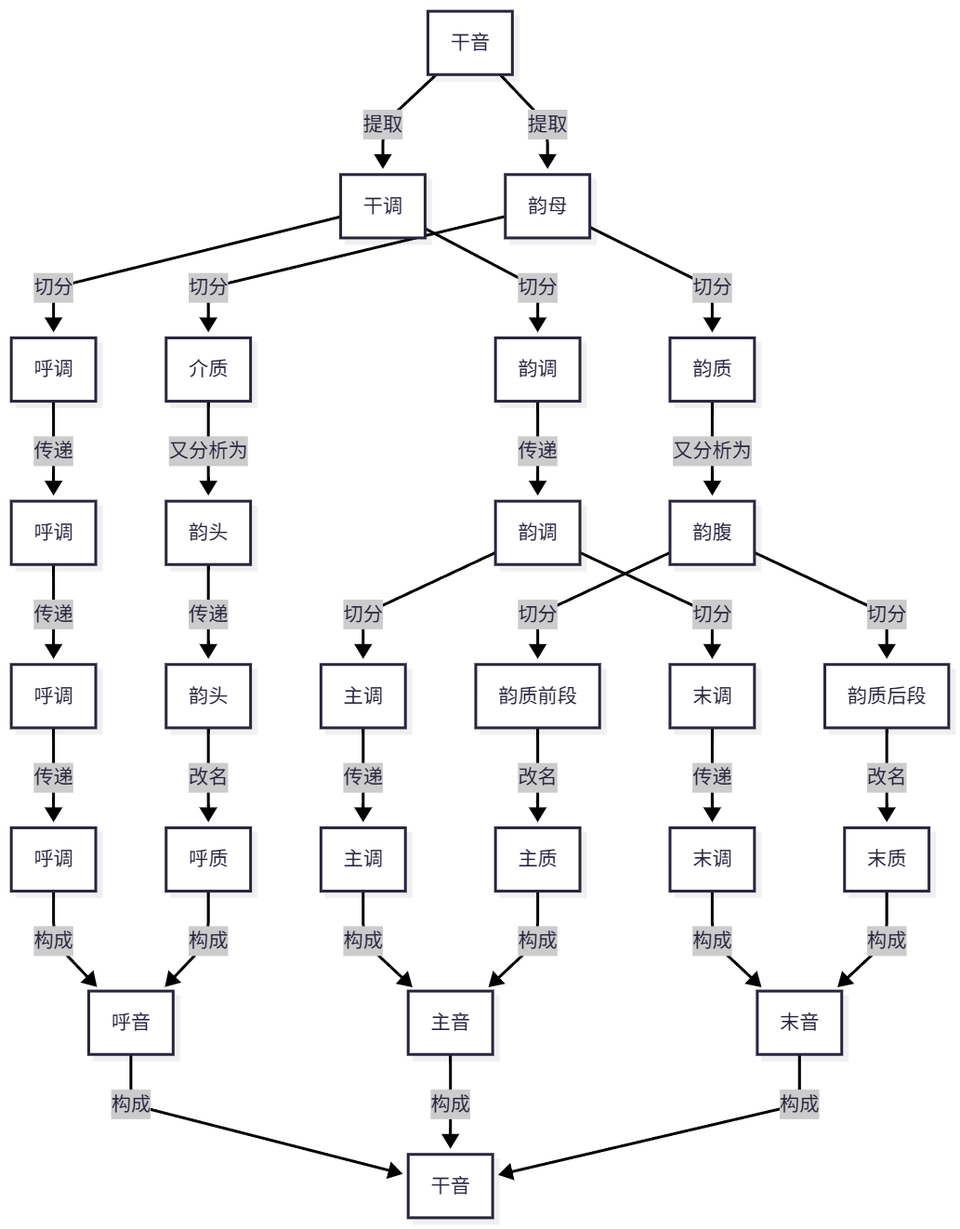
This is YIME_Theory/flowchart/后长干音分析.png from tsaanghwang/Yime-prototype, a Mermaid export, as it was before one commit. Its source is kept beside it as YIME_Theory/flowchart/后长干音分析.mmd.
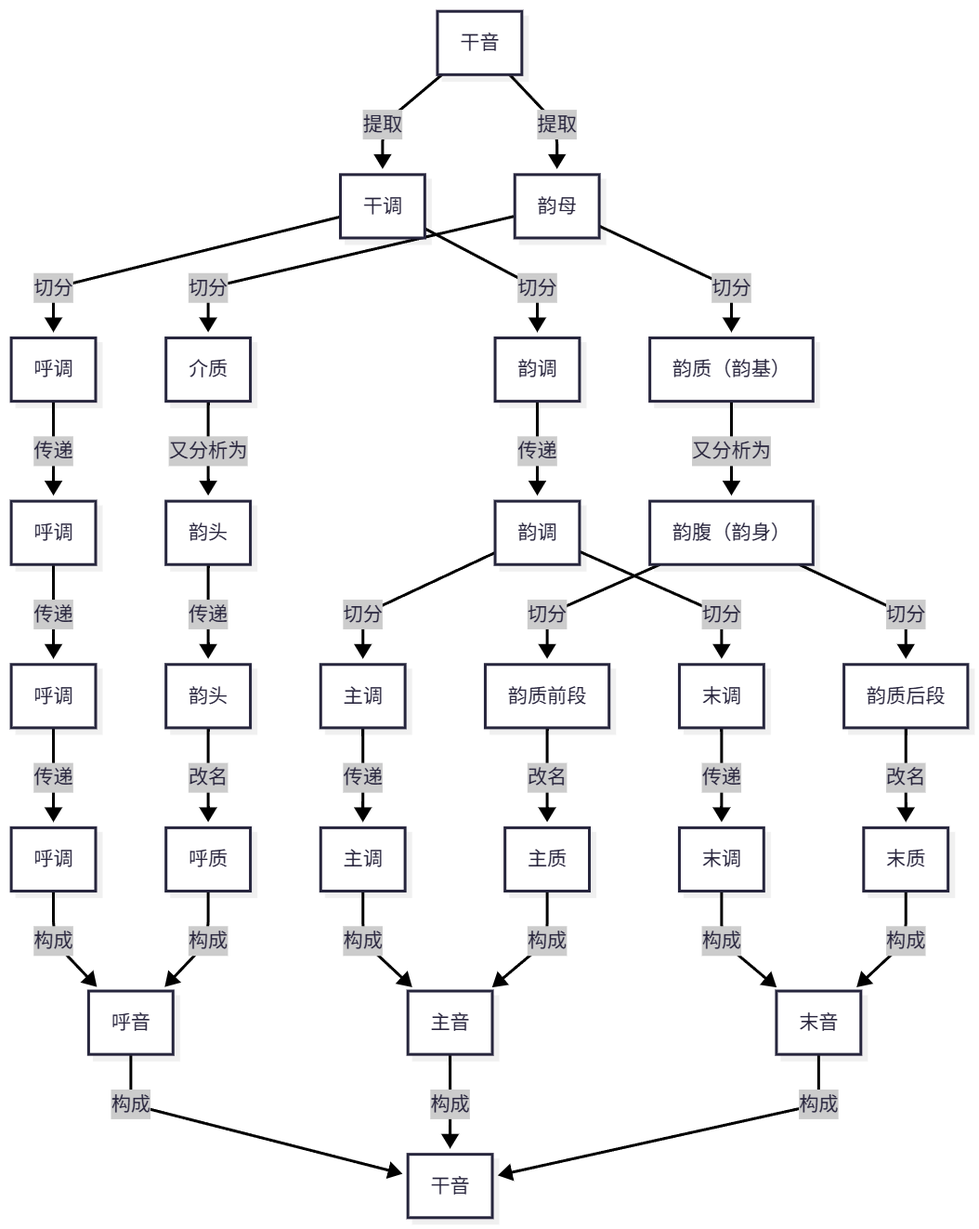
The same diagram one commit later.

Diff of the diagram source:
```diff
@@ -15,13 +15,13 @@
     D7 -->  |传递|Q[末调]
 
     C --> |切分|E[介质]
-    C --> |切分|F[韵质]
+    C --> |切分|F[韵质（韵基）]
 
     E --> |又分析为|G[韵头]
     G --> |传递|H[韵头]
     H --> |改名|I[呼质]
 
-    F --> |又分析为|J[韵腹]
+    F --> |又分析为|J[韵腹（韵身）]
     J --> |切分|K[韵质前段]
     J --> |切分|L[韵质后段]
     K --> |改名|M[主质]
```
